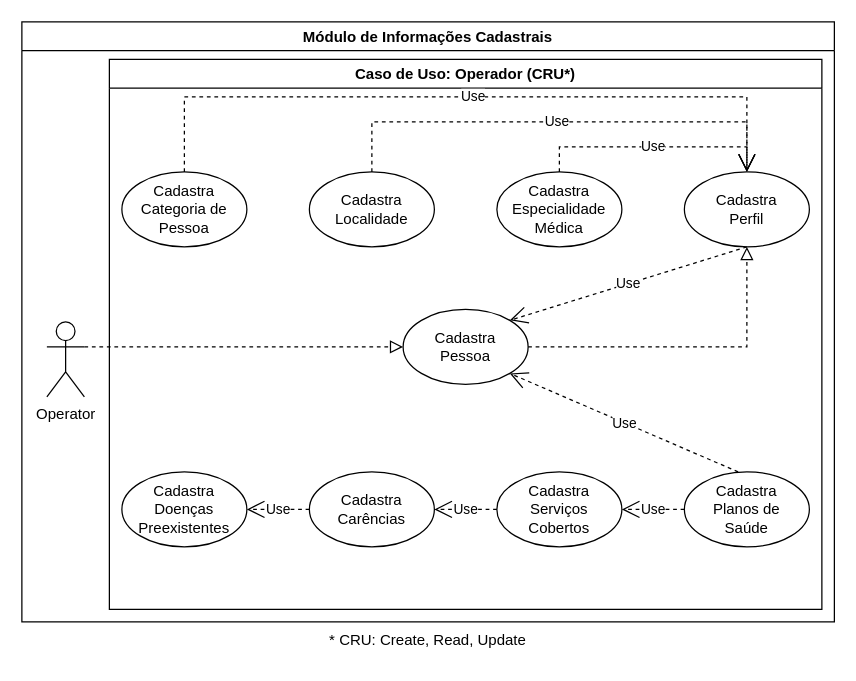
This is page "Cad-Pessoa(Operator)" (2 of 5) of PUC-GISA-M1.drawio from kikoluiss/tcc-puc, a draw.io file, before an edit. Source tidied: cells renumbered, new cells numbered last; positions are measured from the earlier drawing's top-left corner, leaving out a move shared by most shapes. Both pictures are drawn from the tidied source at 125%, with x=0, y=0 at pixel (21, 21).
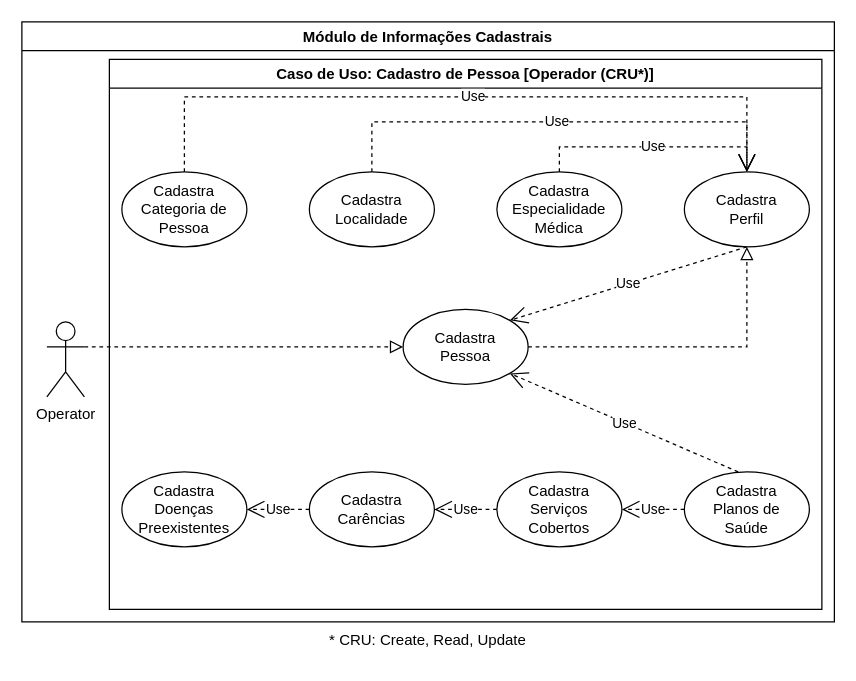
The same diagram, later.

Unchanged cells that the change refers to:
```xml
<mxCell id="2" value="Módulo de Informações Cadastrais" style="swimlane;" parent="1" vertex="1">
  <mxGeometry width="650" height="480" as="geometry" />
</mxCell>
```

What changed in the source:
```diff
@@
-    <mxCell id="4" value="Caso de Uso: Operador (CRU*)" style="swimlane;" parent="2" vertex="1">
+    <mxCell id="4" value="Caso de Uso: Cadastro de Pessoa [Operador (CRU*)]" style="swimlane;" parent="2" vertex="1">
       <mxGeometry x="70" y="30" width="570" height="440" as="geometry" />
     </mxCell>
```
